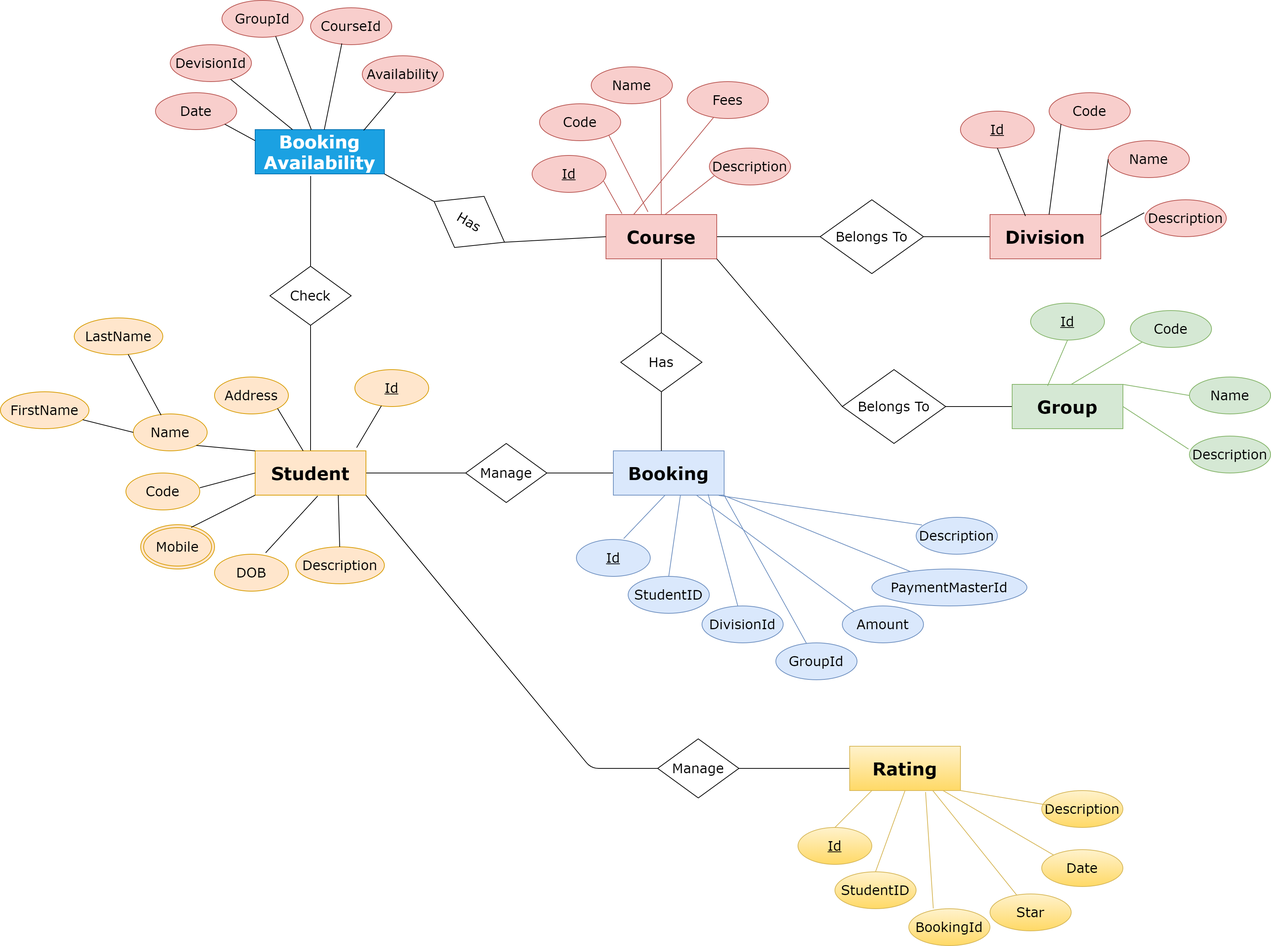
Above: ERD.png in skshaya/course-management-system (draw.io), before the change. Source tidied: cells renumbered, new cells last; positions are measured from the earlier drawing's top-left corner, leaving out a move shared by most shapes.
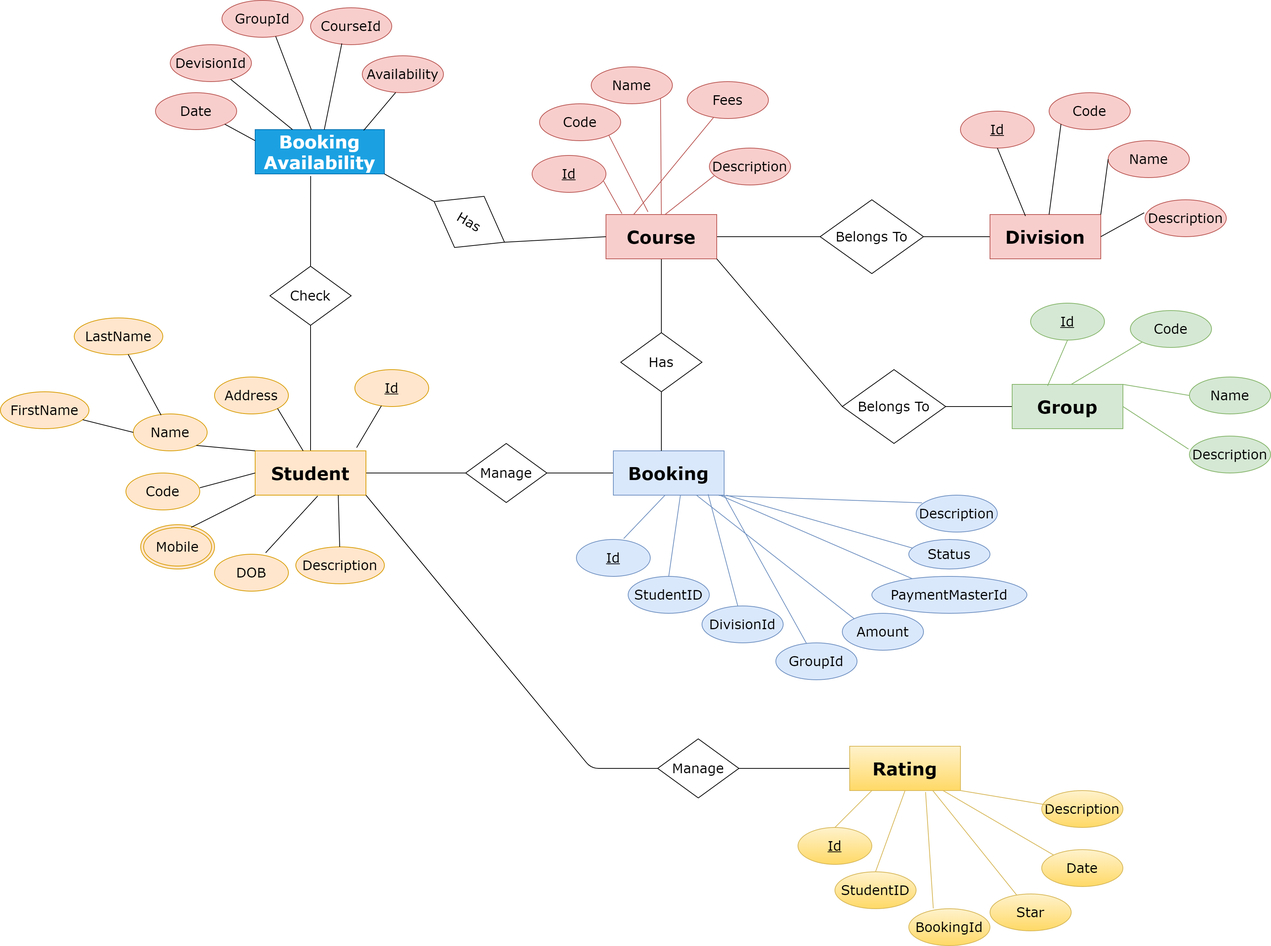
The same file after the commit.

The edit, as a diff of the source:
```diff
@@ -105,13 +105,13 @@
       <mxGeometry x="1050" y="870" width="110" height="50" as="geometry" />
     </mxCell>
     <mxCell id="34" value="&lt;font face=&quot;Verdana&quot;&gt;&lt;span style=&quot;font-size: 18px&quot;&gt;Amount&lt;/span&gt;&lt;/font&gt;" style="ellipse;whiteSpace=wrap;html=1;fillColor=#dae8fc;strokeColor=#6c8ebf;" parent="1" vertex="1">
-      <mxGeometry x="1140" y="820" width="110" height="50" as="geometry" />
+      <mxGeometry x="1140" y="830" width="110" height="50" as="geometry" />
     </mxCell>
     <mxCell id="35" value="&lt;font face=&quot;Verdana&quot;&gt;&lt;span style=&quot;font-size: 18px&quot;&gt;PaymentMasterId&lt;/span&gt;&lt;/font&gt;" style="ellipse;whiteSpace=wrap;html=1;fillColor=#dae8fc;strokeColor=#6c8ebf;" parent="1" vertex="1">
-      <mxGeometry x="1180" y="770" width="210" height="50" as="geometry" />
+      <mxGeometry x="1180" y="780" width="210" height="50" as="geometry" />
     </mxCell>
     <mxCell id="36" value="&lt;font face=&quot;Verdana&quot;&gt;&lt;span style=&quot;font-size: 18px&quot;&gt;Description&lt;/span&gt;&lt;/font&gt;" style="ellipse;whiteSpace=wrap;html=1;fillColor=#dae8fc;strokeColor=#6c8ebf;" parent="1" vertex="1">
-      <mxGeometry x="1240" y="700" width="110" height="50" as="geometry" />
+      <mxGeometry x="1240" y="670" width="110" height="50" as="geometry" />
     </mxCell>
     <mxCell id="37" style="endArrow=none;html=1;exitX=0.64;exitY=-0.024;exitDx=0;exitDy=0;exitPerimeter=0;fillColor=#dae8fc;strokeColor=#6c8ebf;" parent="1" edge="1" source="30">
       <mxGeometry relative="1" as="geometry">
@@ -354,5 +354,13 @@
     <mxCell id="109" style="endArrow=none;html=1;entryX=0;entryY=0.5;entryDx=0;entryDy=0;exitX=1;exitY=0.5;exitDx=0;exitDy=0;" parent="1" edge="1" source="107" target="28">
       <mxGeometry relative="1" as="geometry" />
     </mxCell>
+    <mxCell id="110" value="&lt;font face=&quot;Verdana&quot;&gt;&lt;span style=&quot;font-size: 18px&quot;&gt;Status&lt;/span&gt;&lt;/font&gt;" style="ellipse;whiteSpace=wrap;html=1;fillColor=#dae8fc;strokeColor=#6c8ebf;" parent="1" vertex="1">
+      <mxGeometry x="1230" y="730" width="110" height="40" as="geometry" />
+    </mxCell>
+    <mxCell id="111" style="endArrow=none;html=1;fillColor=#dae8fc;strokeColor=#6c8ebf;entryX=0.044;entryY=0.29;entryDx=0;entryDy=0;entryPerimeter=0;" parent="1" edge="1" target="110">
+      <mxGeometry relative="1" as="geometry">
+        <mxPoint x="983" y="670" as="sourcePoint" />
+      </mxGeometry>
+    </mxCell>
   </root>
 </mxGraphModel>
```
